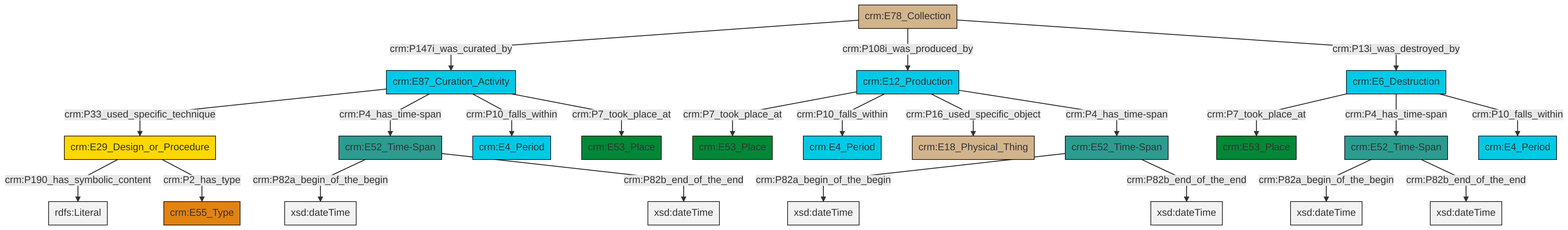
This is et/archivalCSV/ttl/mmd/png/archival_existence.png from swiss-art-research-net/docs.swissartresearch, a Mermaid export, as it was before one commit. Its source is kept beside it as et/archivalCSV/ttl/mmd/archival_existence.ttl.mmd.
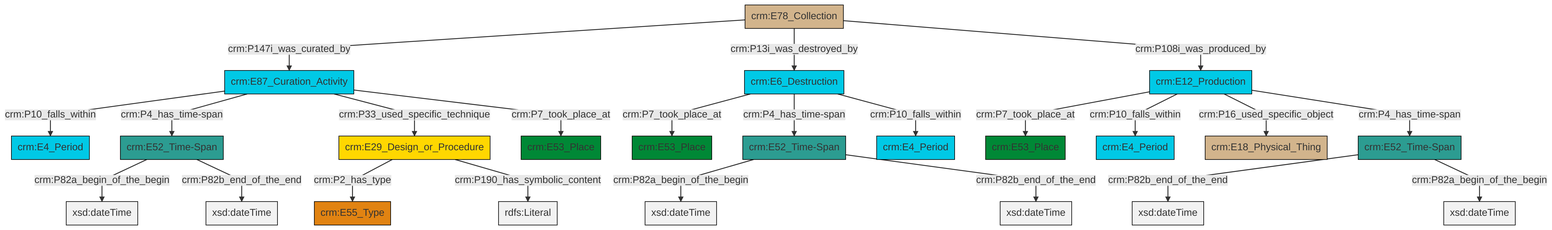
Above is the later version.

Diff of the diagram source:
```diff
@@ -13,25 +13,25 @@
 classDef PC_Classes fill:#4ce600, stroke:#000000;
 classDef Multi fill:#cccccc,stroke:#000000;
 
-0["crm:E87_Curation_Activity"]:::Temporal_Entity -->|crm:P33_used_specific_technique| 1["crm:E29_Design_or_Procedure"]:::Conceptual_Object
-4["crm:E12_Production"]:::Temporal_Entity -->|crm:P7_took_place_at| 5["crm:E53_Place"]:::Place
-4["crm:E12_Production"]:::Temporal_Entity -->|crm:P10_falls_within| 8["crm:E4_Period"]:::Temporal_Entity
-1["crm:E29_Design_or_Procedure"]:::Conceptual_Object -->|crm:P190_has_symbolic_content| 9[rdfs:Literal]:::Literal
-1["crm:E29_Design_or_Procedure"]:::Conceptual_Object -->|crm:P2_has_type| 14["crm:E55_Type"]:::Type
-15["crm:E6_Destruction"]:::Temporal_Entity -->|crm:P7_took_place_at| 2["crm:E53_Place"]:::Place
-6["crm:E78_Collection"]:::Physical_Thing -->|crm:P147i_was_curated_by| 0["crm:E87_Curation_Activity"]:::Temporal_Entity
-10["crm:E52_Time-Span"]:::Time-Span -->|crm:P82a_begin_of_the_begin| 16[xsd:dateTime]:::Literal
-0["crm:E87_Curation_Activity"]:::Temporal_Entity -->|crm:P4_has_time-span| 12["crm:E52_Time-Span"]:::Time-Span
-0["crm:E87_Curation_Activity"]:::Temporal_Entity -->|crm:P10_falls_within| 18["crm:E4_Period"]:::Temporal_Entity
-0["crm:E87_Curation_Activity"]:::Temporal_Entity -->|crm:P7_took_place_at| 19["crm:E53_Place"]:::Place
-4["crm:E12_Production"]:::Temporal_Entity -->|crm:P16_used_specific_object| 21["crm:E18_Physical_Thing"]:::Physical_Thing
-6["crm:E78_Collection"]:::Physical_Thing -->|crm:P108i_was_produced_by| 4["crm:E12_Production"]:::Temporal_Entity
-12["crm:E52_Time-Span"]:::Time-Span -->|crm:P82a_begin_of_the_begin| 22[xsd:dateTime]:::Literal
-23["crm:E52_Time-Span"]:::Time-Span -->|crm:P82a_begin_of_the_begin| 24[xsd:dateTime]:::Literal
-10["crm:E52_Time-Span"]:::Time-Span -->|crm:P82b_end_of_the_end| 28[xsd:dateTime]:::Literal
-12["crm:E52_Time-Span"]:::Time-Span -->|crm:P82b_end_of_the_end| 29[xsd:dateTime]:::Literal
-6["crm:E78_Collection"]:::Physical_Thing -->|crm:P13i_was_destroyed_by| 15["crm:E6_Destruction"]:::Temporal_Entity
-15["crm:E6_Destruction"]:::Temporal_Entity -->|crm:P4_has_time-span| 10["crm:E52_Time-Span"]:::Time-Span
-4["crm:E12_Production"]:::Temporal_Entity -->|crm:P4_has_time-span| 23["crm:E52_Time-Span"]:::Time-Span
-15["crm:E6_Destruction"]:::Temporal_Entity -->|crm:P10_falls_within| 32["crm:E4_Period"]:::Temporal_Entity
-23["crm:E52_Time-Span"]:::Time-Span -->|crm:P82b_end_of_the_end| 36[xsd:dateTime]:::Literal
+0["crm:E52_Time-Span"]:::Time-Span -->|crm:P82a_begin_of_the_begin| 1[xsd:dateTime]:::Literal
+6["crm:E29_Design_or_Procedure"]:::Conceptual_Object -->|crm:P2_has_type| 2["crm:E55_Type"]:::Type
+9["crm:E78_Collection"]:::Physical_Thing -->|crm:P147i_was_curated_by| 10["crm:E87_Curation_Activity"]:::Temporal_Entity
+7["crm:E6_Destruction"]:::Temporal_Entity -->|crm:P7_took_place_at| 11["crm:E53_Place"]:::Place
+15["crm:E12_Production"]:::Temporal_Entity -->|crm:P7_took_place_at| 16["crm:E53_Place"]:::Place
+10["crm:E87_Curation_Activity"]:::Temporal_Entity -->|crm:P10_falls_within| 17["crm:E4_Period"]:::Temporal_Entity
+18["crm:E52_Time-Span"]:::Time-Span -->|crm:P82a_begin_of_the_begin| 19[xsd:dateTime]:::Literal
+0["crm:E52_Time-Span"]:::Time-Span -->|crm:P82b_end_of_the_end| 21[xsd:dateTime]:::Literal
+10["crm:E87_Curation_Activity"]:::Temporal_Entity -->|crm:P4_has_time-span| 18["crm:E52_Time-Span"]:::Time-Span
+15["crm:E12_Production"]:::Temporal_Entity -->|crm:P10_falls_within| 23["crm:E4_Period"]:::Temporal_Entity
+26["crm:E52_Time-Span"]:::Time-Span -->|crm:P82b_end_of_the_end| 29[xsd:dateTime]:::Literal
+15["crm:E12_Production"]:::Temporal_Entity -->|crm:P16_used_specific_object| 32["crm:E18_Physical_Thing"]:::Physical_Thing
+26["crm:E52_Time-Span"]:::Time-Span -->|crm:P82a_begin_of_the_begin| 33[xsd:dateTime]:::Literal
+7["crm:E6_Destruction"]:::Temporal_Entity -->|crm:P4_has_time-span| 0["crm:E52_Time-Span"]:::Time-Span
+10["crm:E87_Curation_Activity"]:::Temporal_Entity -->|crm:P33_used_specific_technique| 6["crm:E29_Design_or_Procedure"]:::Conceptual_Object
+18["crm:E52_Time-Span"]:::Time-Span -->|crm:P82b_end_of_the_end| 34[xsd:dateTime]:::Literal
+9["crm:E78_Collection"]:::Physical_Thing -->|crm:P13i_was_destroyed_by| 7["crm:E6_Destruction"]:::Temporal_Entity
+6["crm:E29_Design_or_Procedure"]:::Conceptual_Object -->|crm:P190_has_symbolic_content| 35[rdfs:Literal]:::Literal
+15["crm:E12_Production"]:::Temporal_Entity -->|crm:P4_has_time-span| 26["crm:E52_Time-Span"]:::Time-Span
+10["crm:E87_Curation_Activity"]:::Temporal_Entity -->|crm:P7_took_place_at| 30["crm:E53_Place"]:::Place
+7["crm:E6_Destruction"]:::Temporal_Entity -->|crm:P10_falls_within| 4["crm:E4_Period"]:::Temporal_Entity
+9["crm:E78_Collection"]:::Physical_Thing -->|crm:P108i_was_produced_by| 15["crm:E12_Production"]:::Temporal_Entity
```
